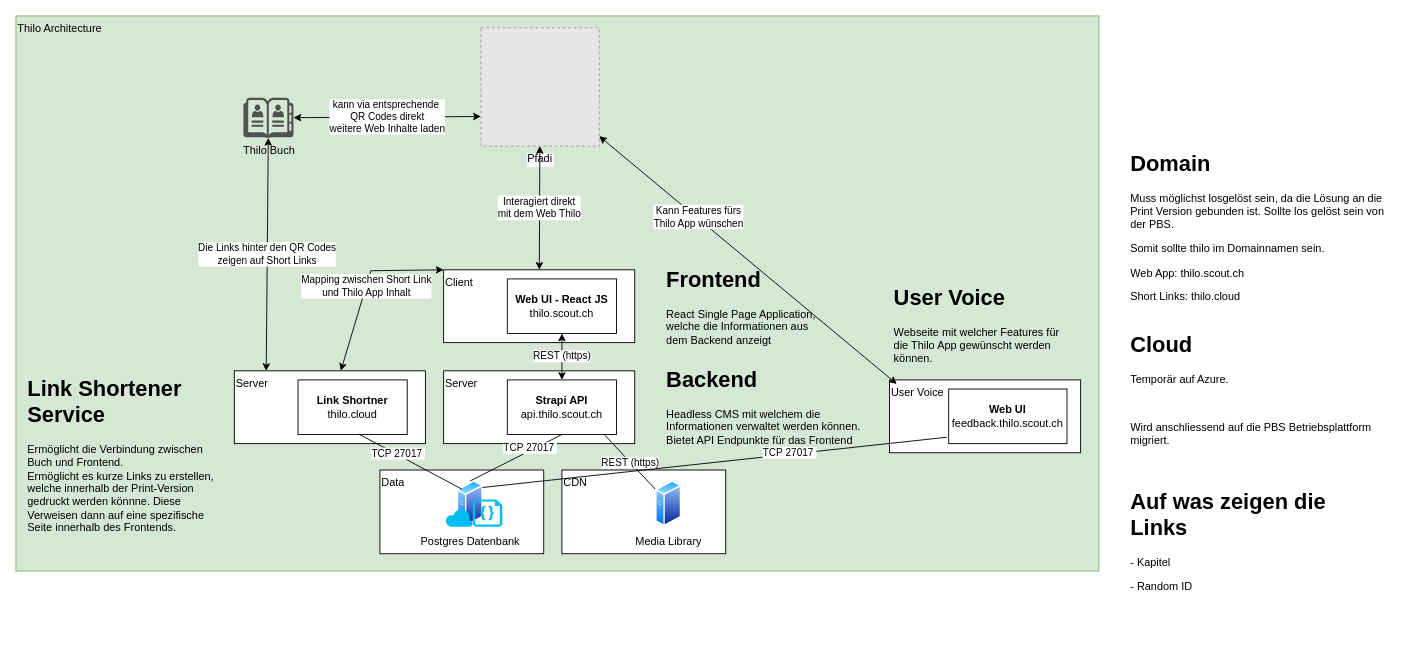
Before: documentation/architecture.drawio in scout-ch/thilo, a draw.io diagram. Source tidied: cells renumbered, new cells numbered last; positions are measured from the earlier drawing's top-left corner, leaving out a move shared by most shapes. Both pictures are drawn from the tidied source at 91%, with x=0, y=0 at pixel (15, 15). Pictures stored in the file or linked from it are replaced by grey dashed boxes.
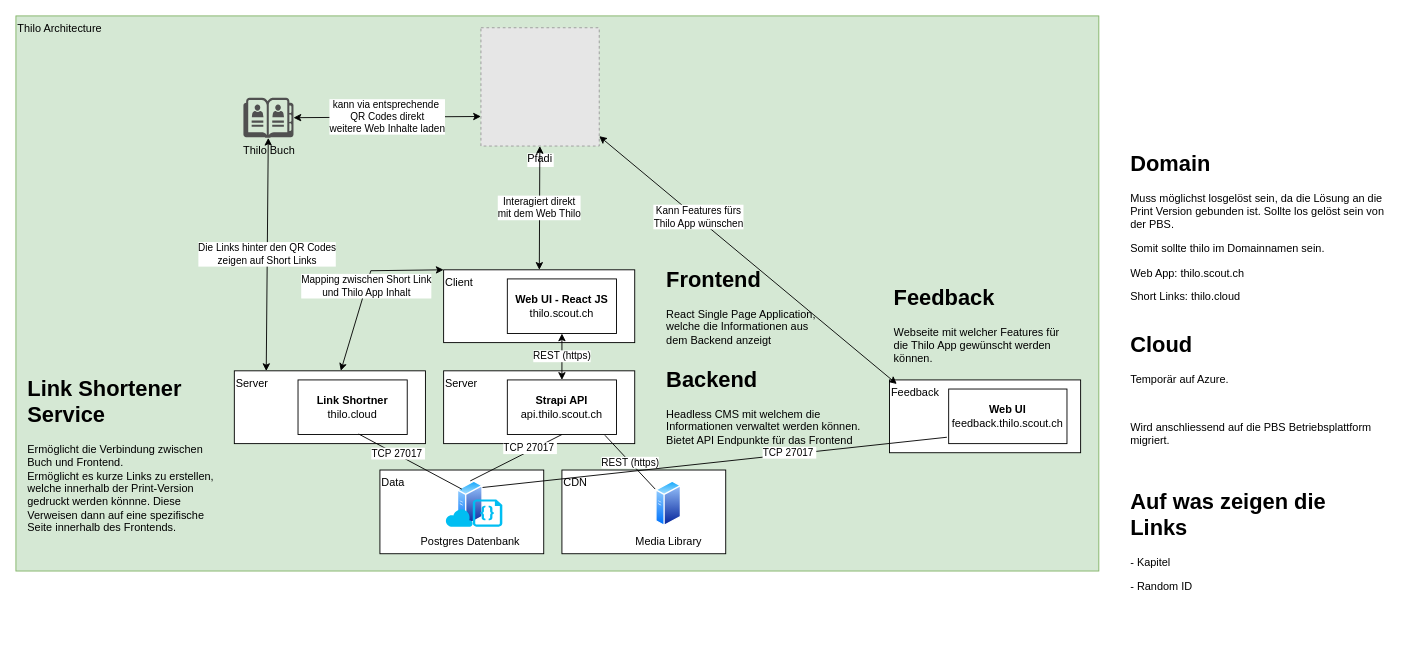
Above is the later version.

Diff of the diagram source:
```diff
@@
-    <mxCell id="31" value="User Voice" style="rounded=0;whiteSpace=wrap;html=1;align=left;verticalAlign=top;" parent="1" vertex="1">
+    <mxCell id="31" value="Feedback" style="rounded=0;whiteSpace=wrap;html=1;align=left;verticalAlign=top;" parent="1" vertex="1">
       <mxGeometry x="960" y="400" width="210" height="80" as="geometry" />
     </mxCell>
@@
-    <mxCell id="34" value="&lt;h1&gt;User Voice&lt;/h1&gt;&lt;p&gt;Webseite mit welcher Features für die Thilo App gewünscht werden können.&lt;/p&gt;" style="text;html=1;strokeColor=none;fillColor=none;spacing=5;spacingTop=-20;whiteSpace=wrap;overflow=hidden;rounded=0;" parent="1" vertex="1">
+    <mxCell id="34" value="&lt;h1&gt;Feedback&lt;/h1&gt;&lt;p&gt;Webseite mit welcher Features für die Thilo App gewünscht werden können.&lt;/p&gt;" style="text;html=1;strokeColor=none;fillColor=none;spacing=5;spacingTop=-20;whiteSpace=wrap;overflow=hidden;rounded=0;" parent="1" vertex="1">
       <mxGeometry x="960" y="290" width="190" height="100" as="geometry" />
     </mxCell>
```
